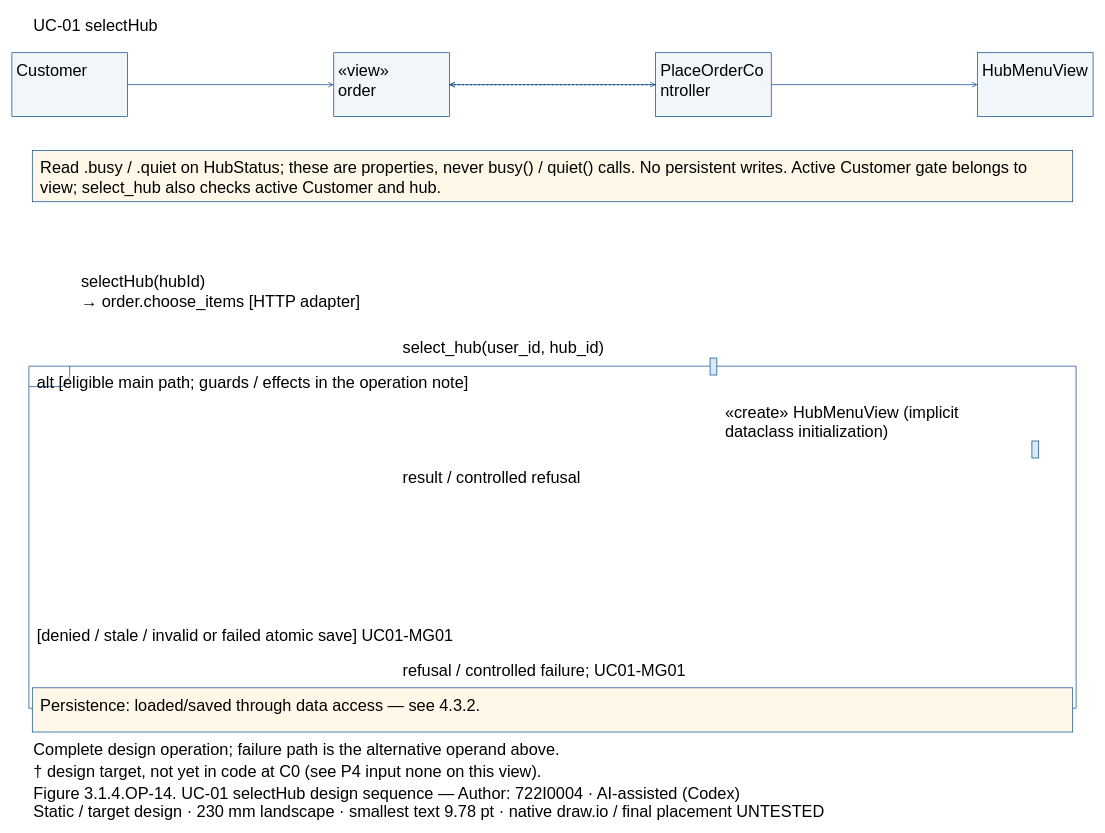
Before: models/UC-01/seq_uc01_selectHub.drawio in Dat071104/SaigonBite, a draw.io diagram. Source tidied: cells renumbered, new cells numbered last; positions are measured from the earlier drawing's top-left corner, leaving out a move shared by most shapes. Both pictures are drawn from the tidied source at 68%, with x=0, y=0 at pixel (12, 12).
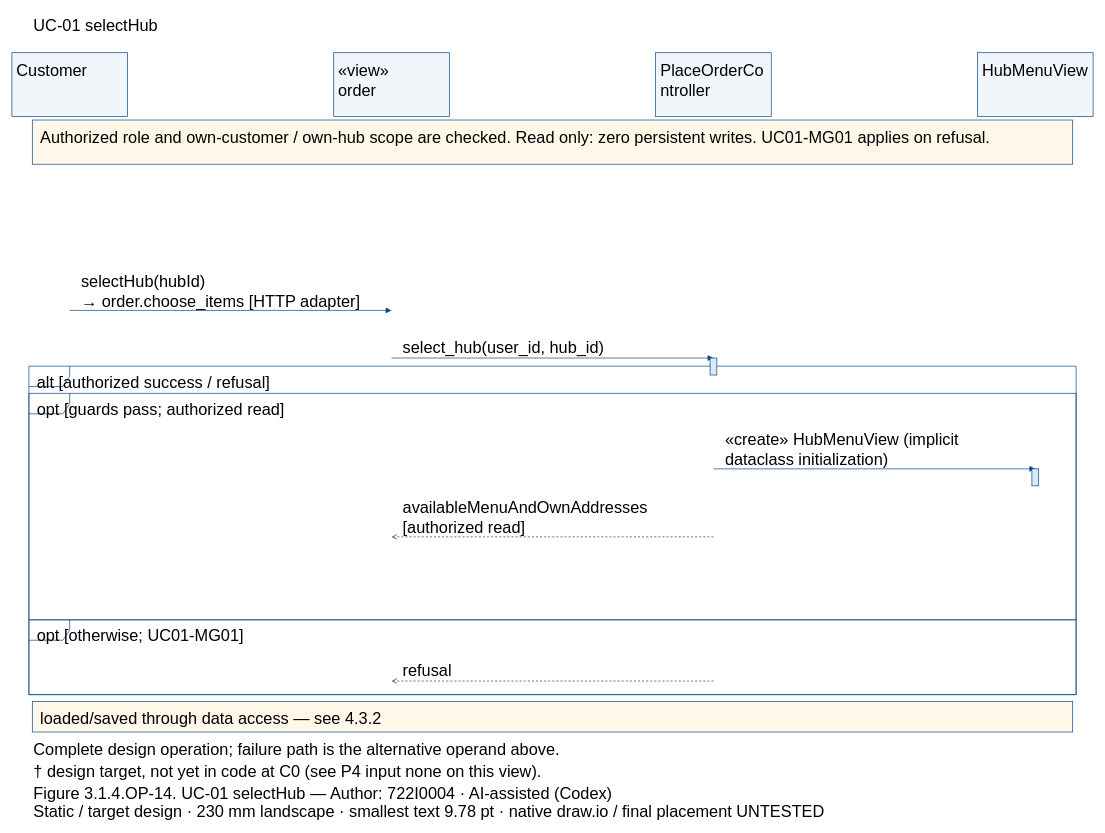
The same page after the edit.

Unchanged cells that the change refers to:
```xml
<mxCell id="3" style="fillColor=#F1F6FA;strokeColor=#004387;fontFamily=Arial;fontSize=24;whiteSpace=wrap;html=0;" parent="1" vertex="1">
  <mxGeometry y="60" width="170" height="94" as="geometry" />
</mxCell>
<mxCell id="5" style="fillColor=#F1F6FA;strokeColor=#004387;fontFamily=Arial;fontSize=24;whiteSpace=wrap;html=0;" parent="1" vertex="1">
  <mxGeometry x="473.3" y="60" width="170" height="94" as="geometry" />
</mxCell>
<mxCell id="7" style="fillColor=#F1F6FA;strokeColor=#004387;fontFamily=Arial;fontSize=24;whiteSpace=wrap;html=0;" parent="1" vertex="1">
  <mxGeometry x="946.7" y="60" width="170" height="94" as="geometry" />
</mxCell>
<mxCell id="9" style="fillColor=#F1F6FA;strokeColor=#004387;fontFamily=Arial;fontSize=24;whiteSpace=wrap;html=0;" parent="1" vertex="1">
  <mxGeometry x="1420" y="60" width="170" height="94" as="geometry" />
</mxCell>
```

What changed in the source:
```diff
@@
-    <mxCell id="11" style="fillColor=white;strokeColor=#004387;shape=umlFrame;fillColor=none;fontFamily=Arial;fontSize=24;whiteSpace=wrap;html=0;" parent="1" vertex="1">
-      <mxGeometry x="25" y="521" width="1540" height="503" as="geometry" />
-    </mxCell>
-    <mxCell id="12" value="alt [eligible main path; guards / effects in the operation note]" style="text;align=left;verticalAlign=top;strokeColor=none;fillColor=none;fontFamily=Arial;fontSize=24;whiteSpace=wrap;html=0;" parent="1" vertex="1">
-      <mxGeometry x="35" y="524" width="1520" height="27.6" as="geometry" />
-    </mxCell>
-    <mxCell id="13" value="[denied / stale / invalid or failed atomic save] UC01-MG01" style="text;align=left;verticalAlign=top;strokeColor=none;fillColor=none;fontFamily=Arial;fontSize=24;whiteSpace=wrap;html=0;" parent="1" vertex="1">
-      <mxGeometry x="35" y="897" width="1520" height="27.6" as="geometry" />
-    </mxCell>
-    <mxCell id="14" style="fillColor=#FFF8E9;strokeColor=#004387;fontFamily=Arial;fontSize=24;whiteSpace=wrap;html=0;" parent="1" vertex="1">
-      <mxGeometry x="30" y="204" width="1530" height="75.2" as="geometry" />
-    </mxCell>
-    <mxCell id="15" value="Read .busy / .quiet on HubStatus; these are properties, never busy() / quiet() calls. No persistent writes. Active Customer gate belongs to&#10;view; select_hub also checks active Customer and hub." style="text;align=left;verticalAlign=top;strokeColor=none;fillColor=none;fontFamily=Arial;fontSize=24;whiteSpace=wrap;html=0;" parent="1" vertex="1">
-      <mxGeometry x="40" y="209" width="1510" height="55.2" as="geometry" />
-    </mxCell>
-    <mxCell id="16" style="fillColor=#FFF8E9;strokeColor=#004387;fontFamily=Arial;fontSize=24;whiteSpace=wrap;html=0;" parent="1" vertex="1">
-      <mxGeometry x="30" y="994" width="1530" height="65" as="geometry" />
-    </mxCell>
-    <mxCell id="17" value="Persistence: loaded/saved through data access — see 4.3.2." style="text;align=left;verticalAlign=top;strokeColor=none;fillColor=none;fontFamily=Arial;fontSize=24;whiteSpace=wrap;html=0;" parent="1" vertex="1">
-      <mxGeometry x="40" y="999" width="1510" height="27.6" as="geometry" />
-    </mxCell>
-    <mxCell id="18" style="edgeStyle=none;endArrow=open;strokeColor=#004387;" parent="1" edge="1" source="3" target="5">
-      <mxGeometry relative="1" as="geometry" />
-    </mxCell>
+    <mxCell id="34" style="fillColor=white;strokeColor=#004387;shape=umlFrame;fillColor=none;fontFamily=Arial;fontSize=24;whiteSpace=wrap;html=0;" parent="1" vertex="1">
+      <mxGeometry x="25" y="521" width="1540" height="483" as="geometry" />
+    </mxCell>
+    <mxCell id="35" value="alt [authorized success / refusal]" style="text;align=left;verticalAlign=top;strokeColor=none;fillColor=none;fontFamily=Arial;fontSize=24;whiteSpace=wrap;html=0;" parent="1" vertex="1">
+      <mxGeometry x="35" y="524" width="1520" height="27.6" as="geometry" />
+    </mxCell>
+    <mxCell id="36" style="fillColor=white;strokeColor=#004387;shape=umlFrame;fillColor=none;fontFamily=Arial;fontSize=24;whiteSpace=wrap;html=0;" parent="1" vertex="1">
+      <mxGeometry x="25" y="561" width="1540" height="333" as="geometry" />
+    </mxCell>
+    <mxCell id="37" value="opt [guards pass; authorized read]" style="text;align=left;verticalAlign=top;strokeColor=none;fillColor=none;fontFamily=Arial;fontSize=24;whiteSpace=wrap;html=0;" parent="1" vertex="1">
+      <mxGeometry x="35" y="564" width="1520" height="27.6" as="geometry" />
+    </mxCell>
+    <mxCell id="38" style="fillColor=white;strokeColor=#004387;shape=umlFrame;fillColor=none;fontFamily=Arial;fontSize=24;whiteSpace=wrap;html=0;" parent="1" vertex="1">
+      <mxGeometry x="25" y="894" width="1540" height="110" as="geometry" />
+    </mxCell>
+    <mxCell id="39" value="opt [otherwise; UC01-MG01]" style="text;align=left;verticalAlign=top;strokeColor=none;fillColor=none;fontFamily=Arial;fontSize=24;whiteSpace=wrap;html=0;" parent="1" vertex="1">
+      <mxGeometry x="35" y="897" width="1520" height="27.6" as="geometry" />
+    </mxCell>
+    <mxCell id="40" style="fillColor=#FFF8E9;strokeColor=#004387;fontFamily=Arial;fontSize=24;whiteSpace=wrap;html=0;" parent="1" vertex="1">
+      <mxGeometry x="30" y="159" width="1530" height="65" as="geometry" />
+    </mxCell>
+    <mxCell id="41" value="Authorized role and own-customer / own-hub scope are checked. Read only: zero persistent writes. UC01-MG01 applies on refusal." style="text;align=left;verticalAlign=top;strokeColor=none;fillColor=none;fontFamily=Arial;fontSize=24;whiteSpace=wrap;html=0;" parent="1" vertex="1">
+      <mxGeometry x="40" y="164" width="1510" height="27.6" as="geometry" />
+    </mxCell>
+    <mxCell id="42" style="fillColor=#FFF8E9;strokeColor=#004387;fontFamily=Arial;fontSize=24;whiteSpace=wrap;html=0;" parent="1" vertex="1">
+      <mxGeometry x="30" y="1014" width="1530" height="45" as="geometry" />
+    </mxCell>
+    <mxCell id="43" value="loaded/saved through data access — see 4.3.2" style="text;align=left;verticalAlign=top;strokeColor=none;fillColor=none;fontFamily=Arial;fontSize=24;whiteSpace=wrap;html=0;" parent="1" vertex="1">
+      <mxGeometry x="40" y="1019" width="1510" height="27.6" as="geometry" />
+    </mxCell>
+    <mxCell id="44" style="opacity=0;strokeColor=none;fillColor=none;fontFamily=Arial;fontSize=24;whiteSpace=wrap;html=0;" parent="1" vertex="1">
+      <mxGeometry x="84.5" y="438.5" width="1" height="1" as="geometry" />
+    </mxCell>
+    <mxCell id="45" style="opacity=0;strokeColor=none;fillColor=none;fontFamily=Arial;fontSize=24;whiteSpace=wrap;html=0;" parent="1" vertex="1">
+      <mxGeometry x="557.8" y="438.5" width="1" height="1" as="geometry" />
+    </mxCell>
+    <mxCell id="46" style="edgeStyle=none;endArrow=block;endFill=1;strokeColor=#004387;exitX=0.5;exitY=0.5;exitPerimeter=0;entryX=0.5;entryY=0.5;entryPerimeter=0;" parent="1" edge="1" source="44" target="45">
+      <mxGeometry relative="1" as="geometry" />
+    </mxCell>
@@
-    <mxCell id="20" style="edgeStyle=none;endArrow=open;strokeColor=#004387;" parent="1" edge="1" source="5" target="7">
-      <mxGeometry relative="1" as="geometry" />
-    </mxCell>
+    <mxCell id="47" style="opacity=0;strokeColor=none;fillColor=none;fontFamily=Arial;fontSize=24;whiteSpace=wrap;html=0;" parent="1" vertex="1">
+      <mxGeometry x="557.8" y="508.5" width="1" height="1" as="geometry" />
+    </mxCell>
+    <mxCell id="48" style="opacity=0;strokeColor=none;fillColor=none;fontFamily=Arial;fontSize=24;whiteSpace=wrap;html=0;" parent="1" vertex="1">
+      <mxGeometry x="1031.2" y="508.5" width="1" height="1" as="geometry" />
+    </mxCell>
+    <mxCell id="49" style="edgeStyle=none;endArrow=block;endFill=1;strokeColor=#004387;exitX=0.5;exitY=0.5;exitPerimeter=0;entryX=0.5;entryY=0.5;entryPerimeter=0;" parent="1" edge="1" source="47" target="48">
+      <mxGeometry relative="1" as="geometry" />
+    </mxCell>
@@
-    <mxCell id="22" style="fillColor=#DAE9F5;strokeColor=#004387;fontFamily=Arial;fontSize=24;whiteSpace=wrap;html=0;" parent="1" vertex="1">
-      <mxGeometry x="1026.7" y="509" width="10" height="25" as="geometry" />
-    </mxCell>
-    <mxCell id="23" style="edgeStyle=none;endArrow=open;strokeColor=#004387;" parent="1" edge="1" source="7" target="9">
-      <mxGeometry relative="1" as="geometry" />
-    </mxCell>
+    <mxCell id="25" style="fillColor=#DAE9F5;strokeColor=#004387;fontFamily=Arial;fontSize=24;whiteSpace=wrap;html=0;" parent="1" vertex="1">
+      <mxGeometry x="1026.7" y="509" width="10" height="25" as="geometry" />
+    </mxCell>
+    <mxCell id="50" style="opacity=0;strokeColor=none;fillColor=none;fontFamily=Arial;fontSize=24;whiteSpace=wrap;html=0;" parent="1" vertex="1">
+      <mxGeometry x="1031.2" y="671.5" width="1" height="1" as="geometry" />
+    </mxCell>
+    <mxCell id="51" style="opacity=0;strokeColor=none;fillColor=none;fontFamily=Arial;fontSize=24;whiteSpace=wrap;html=0;" parent="1" vertex="1">
+      <mxGeometry x="1504.5" y="671.5" width="1" height="1" as="geometry" />
+    </mxCell>
+    <mxCell id="52" style="edgeStyle=none;endArrow=block;endFill=1;strokeColor=#004387;exitX=0.5;exitY=0.5;exitPerimeter=0;entryX=0.5;entryY=0.5;entryPerimeter=0;" parent="1" edge="1" source="50" target="51">
+      <mxGeometry relative="1" as="geometry" />
+    </mxCell>
     <mxCell id="24" value="«create» HubMenuView (implicit&#10;dataclass initialization)" style="text;align=left;verticalAlign=top;strokeColor=none;fillColor=none;fontFamily=Arial;fontSize=24;whiteSpace=wrap;html=0;" parent="1" vertex="1">
-      <mxGeometry x="1046.7" y="567.8" width="443.3" height="55.2" as="geometry" />
+      <mxGeometry x="1046.7" y="608.8" width="443.3" height="55.2" as="geometry" />
     </mxCell>
-    <mxCell id="25" style="fillColor=#DAE9F5;strokeColor=#004387;fontFamily=Arial;fontSize=24;whiteSpace=wrap;html=0;" parent="1" vertex="1">
-      <mxGeometry x="1500" y="631" width="10" height="25" as="geometry" />
-    </mxCell>
-    <mxCell id="26" style="edgeStyle=none;endArrow=open;dashed=1;strokeColor=#004387;" parent="1" edge="1" source="7" target="5">
-      <mxGeometry relative="1" as="geometry" />
-    </mxCell>
-    <mxCell id="27" value="result / controlled refusal" style="text;align=left;verticalAlign=top;strokeColor=none;fillColor=none;fontFamily=Arial;fontSize=24;whiteSpace=wrap;html=0;" parent="1" vertex="1">
-      <mxGeometry x="573.3" y="665.4" width="443.3" height="27.6" as="geometry" />
-    </mxCell>
-    <mxCell id="28" style="edgeStyle=none;endArrow=open;dashed=1;strokeColor=#004387;" parent="1" edge="1" source="7" target="5">
-      <mxGeometry relative="1" as="geometry" />
-    </mxCell>
-    <mxCell id="29" value="refusal / controlled failure; UC01-MG01" style="text;align=left;verticalAlign=top;strokeColor=none;fillColor=none;fontFamily=Arial;fontSize=24;whiteSpace=wrap;html=0;" parent="1" vertex="1">
-      <mxGeometry x="573.3" y="948.4" width="443.3" height="27.6" as="geometry" />
-    </mxCell>
-    <mxCell id="30" value="Complete design operation; failure path is the alternative operand above." style="text;align=left;verticalAlign=top;strokeColor=none;fillColor=none;fontFamily=Arial;fontSize=24;whiteSpace=wrap;html=0;" parent="1" vertex="1">
-      <mxGeometry x="30" y="1064" width="1530" height="27.6" as="geometry" />
-    </mxCell>
+    <mxCell id="53" style="fillColor=#DAE9F5;strokeColor=#004387;fontFamily=Arial;fontSize=24;whiteSpace=wrap;html=0;" parent="1" vertex="1">
+      <mxGeometry x="1500" y="672" width="10" height="25" as="geometry" />
+    </mxCell>
+    <mxCell id="54" style="opacity=0;strokeColor=none;fillColor=none;fontFamily=Arial;fontSize=24;whiteSpace=wrap;html=0;" parent="1" vertex="1">
+      <mxGeometry x="1031.2" y="771.5" width="1" height="1" as="geometry" />
+    </mxCell>
+    <mxCell id="55" style="opacity=0;strokeColor=none;fillColor=none;fontFamily=Arial;fontSize=24;whiteSpace=wrap;html=0;" parent="1" vertex="1">
+      <mxGeometry x="557.8" y="771.5" width="1" height="1" as="geometry" />
+    </mxCell>
+    <mxCell id="56" style="edgeStyle=none;endArrow=open;endFill=0;dashed=1;strokeColor=#004387;exitX=0.5;exitY=0.5;exitPerimeter=0;entryX=0.5;entryY=0.5;entryPerimeter=0;" parent="1" edge="1" source="54" target="55">
+      <mxGeometry relative="1" as="geometry" />
+    </mxCell>
+    <mxCell id="57" value="availableMenuAndOwnAddresses&#10;[authorized read]" style="text;align=left;verticalAlign=top;strokeColor=none;fillColor=none;fontFamily=Arial;fontSize=24;whiteSpace=wrap;html=0;" parent="1" vertex="1">
+      <mxGeometry x="573.3" y="708.8" width="443.3" height="55.2" as="geometry" />
+    </mxCell>
+    <mxCell id="58" style="opacity=0;strokeColor=none;fillColor=none;fontFamily=Arial;fontSize=24;whiteSpace=wrap;html=0;" parent="1" vertex="1">
+      <mxGeometry x="1031.2" y="983.5" width="1" height="1" as="geometry" />
+    </mxCell>
+    <mxCell id="59" style="opacity=0;strokeColor=none;fillColor=none;fontFamily=Arial;fontSize=24;whiteSpace=wrap;html=0;" parent="1" vertex="1">
+      <mxGeometry x="557.8" y="983.5" width="1" height="1" as="geometry" />
+    </mxCell>
+    <mxCell id="60" style="edgeStyle=none;endArrow=open;endFill=0;dashed=1;strokeColor=#004387;exitX=0.5;exitY=0.5;exitPerimeter=0;entryX=0.5;entryY=0.5;entryPerimeter=0;" parent="1" edge="1" source="58" target="59">
+      <mxGeometry relative="1" as="geometry" />
+    </mxCell>
+    <mxCell id="61" value="refusal" style="text;align=left;verticalAlign=top;strokeColor=none;fillColor=none;fontFamily=Arial;fontSize=24;whiteSpace=wrap;html=0;" parent="1" vertex="1">
+      <mxGeometry x="573.3" y="948.4" width="443.3" height="27.6" as="geometry" />
+    </mxCell>
+    <mxCell id="33" value="Complete design operation; failure path is the alternative operand above." style="text;align=left;verticalAlign=top;strokeColor=none;fillColor=none;fontFamily=Arial;fontSize=24;whiteSpace=wrap;html=0;" parent="1" vertex="1">
+      <mxGeometry x="30" y="1064" width="1530" height="27.6" as="geometry" />
+    </mxCell>
@@
-    <mxCell id="32" value="Figure 3.1.4.OP-14. UC-01 selectHub design sequence — Author: 722I0004 · AI-assisted (Codex)" style="text;align=left;verticalAlign=top;strokeColor=none;fillColor=none;fontFamily=Arial;fontSize=24;whiteSpace=wrap;html=0;" parent="1" vertex="1">
-      <mxGeometry x="30" y="1129" width="1530" height="27.6" as="geometry" />
-    </mxCell>
-    <mxCell id="33" value="Static / target design · 230 mm landscape · smallest text 9.78 pt · native draw.io / final placement UNTESTED" style="text;align=left;verticalAlign=top;strokeColor=none;fillColor=none;fontFamily=Arial;fontSize=24;whiteSpace=wrap;html=0;" parent="1" vertex="1">
-      <mxGeometry x="30" y="1155" width="1530" height="27.6" as="geometry" />
-    </mxCell>
+    <mxCell id="62" value="Figure 3.1.4.OP-14. UC-01 selectHub — Author: 722I0004 · AI-assisted (Codex)" style="text;align=left;verticalAlign=top;strokeColor=none;fillColor=none;fontFamily=Arial;fontSize=24;whiteSpace=wrap;html=0;" parent="1" vertex="1">
+      <mxGeometry x="30" y="1129" width="1530" height="27.6" as="geometry" />
+    </mxCell>
+    <mxCell id="63" value="Static / target design · 230 mm landscape · smallest text 9.78 pt · native draw.io / final placement UNTESTED" style="text;align=left;verticalAlign=top;strokeColor=none;fillColor=none;fontFamily=Arial;fontSize=24;whiteSpace=wrap;html=0;" parent="1" vertex="1">
+      <mxGeometry x="30" y="1155" width="1530" height="27.6" as="geometry" />
+    </mxCell>
```
